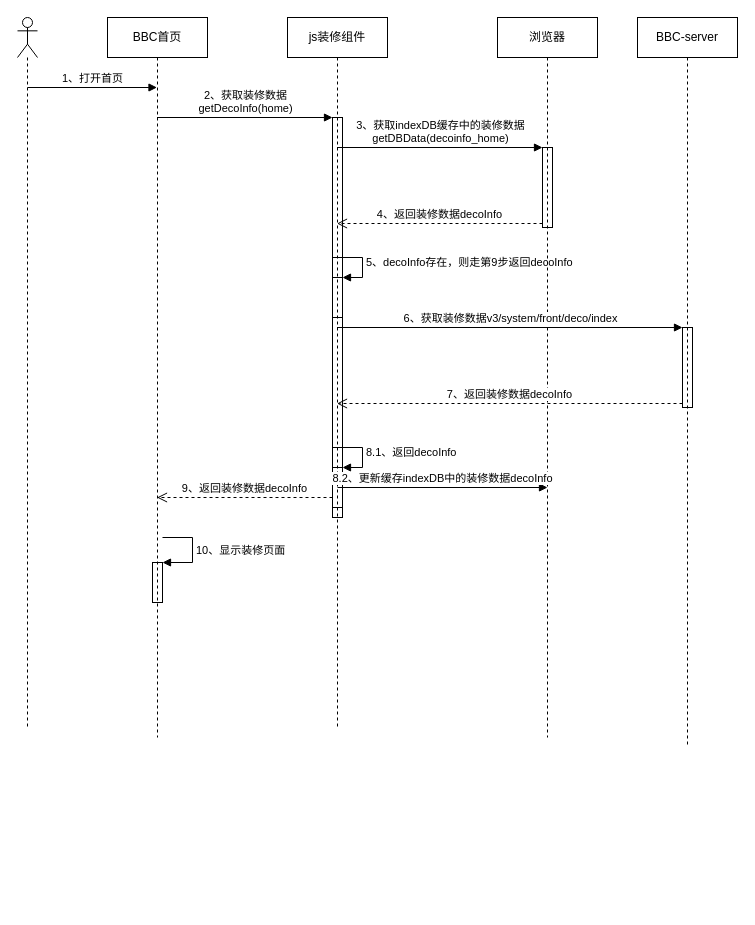
huturenji/drawio keeps this draw.io diagram as page "首页数据加载流程" (5 of 6) of B+.drawio. Above is the earlier version. Source tidied: cells renumbered, new cells numbered last; positions are measured from the earlier drawing's top-left corner, leaving out a move shared by most shapes. Both pictures are drawn from the tidied source at 100%, with x=0, y=0 at pixel (17, 17).
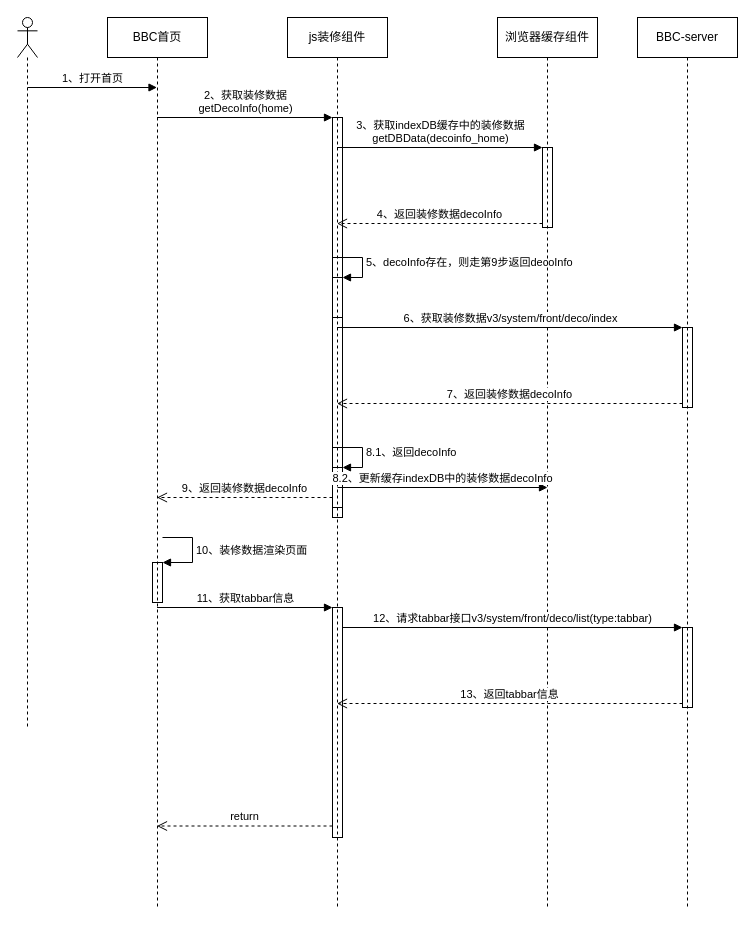
After the change.

The change refers to these unchanged cells:
```xml
<mxCell id="5" style="html=1;points=[];perimeter=orthogonalPerimeter;fillColor=none;" parent="4" vertex="1">
  <mxGeometry x="45" y="545" width="10" height="40" as="geometry" />
</mxCell>
```

What changed in the source:
```diff
@@
     <mxCell id="4" value="BBC首页" style="shape=umlLifeline;perimeter=lifelinePerimeter;whiteSpace=wrap;html=1;outlineConnect=0;fillColor=none;" parent="1" vertex="1">
-      <mxGeometry x="90" width="100" height="720" as="geometry" />
+      <mxGeometry x="90" width="100" height="890" as="geometry" />
     </mxCell>
@@
-    <mxCell id="6" value="10、显示装修页面" style="edgeStyle=orthogonalEdgeStyle;html=1;align=left;spacingLeft=2;endArrow=block;rounded=0;entryX=1;entryY=0;" parent="4" edge="1" target="5">
+    <mxCell id="6" value="10、装修数据渲染页面" style="edgeStyle=orthogonalEdgeStyle;html=1;align=left;spacingLeft=2;endArrow=block;rounded=0;entryX=1;entryY=0;" parent="4" edge="1" target="5">
       <mxGeometry relative="1" as="geometry">
         <mxPoint x="55" y="520" as="sourcePoint" />
         <Array as="points">
           <mxPoint x="85" y="520" />
         </Array>
       </mxGeometry>
     </mxCell>
     <mxCell id="7" value="js装修组件" style="shape=umlLifeline;perimeter=lifelinePerimeter;whiteSpace=wrap;html=1;outlineConnect=0;fillColor=none;" parent="1" vertex="1">
-      <mxGeometry x="270" width="100" height="710" as="geometry" />
+      <mxGeometry x="270" width="100" height="890" as="geometry" />
     </mxCell>
@@
+    <mxCell id="24" style="html=1;points=[];perimeter=orthogonalPerimeter;fillColor=none;" parent="7" vertex="1">
+      <mxGeometry x="45" y="590" width="10" height="230" as="geometry" />
+    </mxCell>
     <mxCell id="13" value="BBC-server" style="shape=umlLifeline;perimeter=lifelinePerimeter;whiteSpace=wrap;html=1;fillColor=none;" parent="1" vertex="1">
-      <mxGeometry x="620" width="100" height="730" as="geometry" />
+      <mxGeometry x="620" width="100" height="890" as="geometry" />
     </mxCell>
@@
+    <mxCell id="25" style="html=1;points=[];perimeter=orthogonalPerimeter;fillColor=none;" parent="13" vertex="1">
+      <mxGeometry x="45" y="610" width="10" height="80" as="geometry" />
+    </mxCell>
-    <mxCell id="15" value="浏览器" style="shape=umlLifeline;perimeter=lifelinePerimeter;whiteSpace=wrap;html=1;fillColor=none;" parent="1" vertex="1">
-      <mxGeometry x="480" width="100" height="720" as="geometry" />
+    <mxCell id="15" value="浏览器缓存组件" style="shape=umlLifeline;perimeter=lifelinePerimeter;whiteSpace=wrap;html=1;fillColor=none;" parent="1" vertex="1">
+      <mxGeometry x="480" width="100" height="890" as="geometry" />
     </mxCell>
@@
+    <mxCell id="26" value="11、获取tabbar信息" style="html=1;verticalAlign=bottom;endArrow=block;entryX=0;entryY=0;rounded=0;" parent="1" edge="1" source="4" target="24">
+      <mxGeometry relative="1" as="geometry" />
+    </mxCell>
+    <mxCell id="27" value="return" style="html=1;verticalAlign=bottom;endArrow=open;dashed=1;endSize=8;exitX=0;exitY=0.95;rounded=0;" parent="1" edge="1" source="24" target="4">
+      <mxGeometry relative="1" as="geometry" />
+    </mxCell>
+    <mxCell id="28" value="12、请求tabbar接口v3/system/front/deco/list(type:tabbar)" style="html=1;verticalAlign=bottom;endArrow=block;entryX=0;entryY=0;rounded=0;" parent="1" edge="1" source="24" target="25">
+      <mxGeometry relative="1" as="geometry" />
+    </mxCell>
+    <mxCell id="29" value="13、返回tabbar信息" style="html=1;verticalAlign=bottom;endArrow=open;dashed=1;endSize=8;exitX=0;exitY=0.95;rounded=0;" parent="1" edge="1" source="25" target="7">
+      <mxGeometry relative="1" as="geometry" />
+    </mxCell>
```
